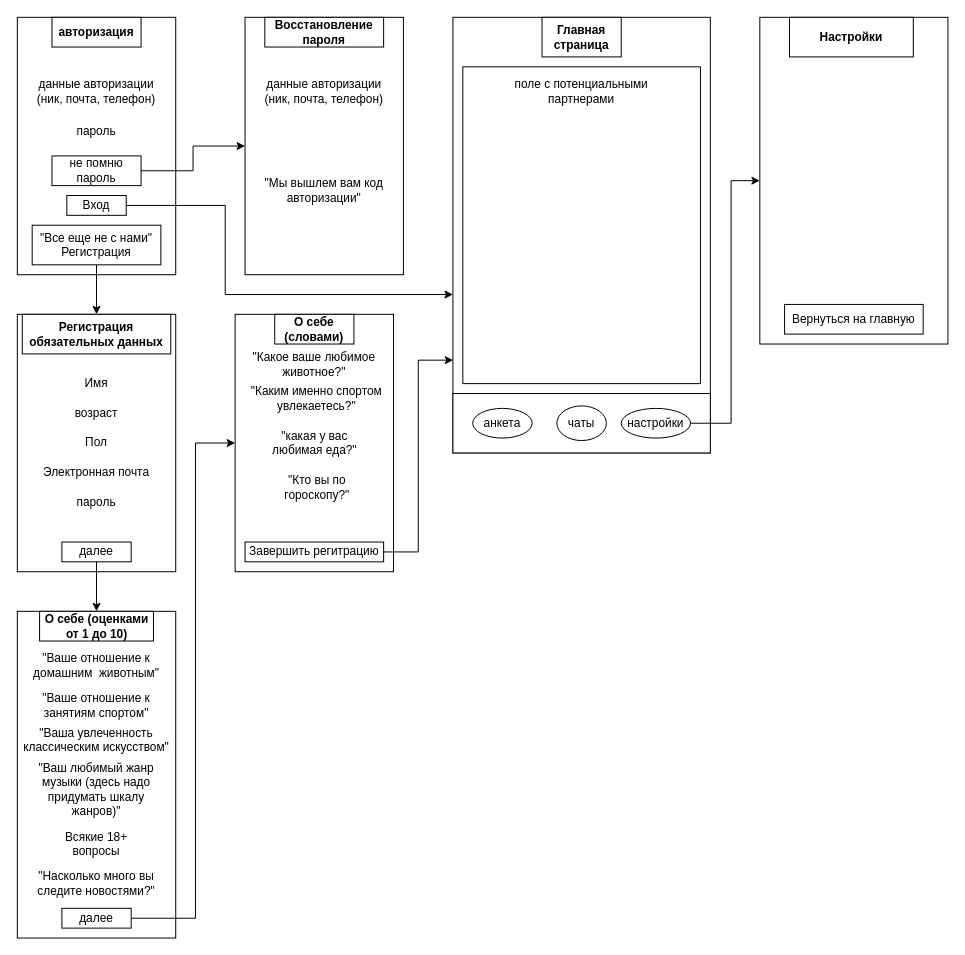
Before: Карта приложения.drawio in OskarGaliullin231-329/tinder-analog, a draw.io diagram. Source tidied: cells renumbered, new cells numbered last; positions are measured from the earlier drawing's top-left corner, leaving out a move shared by most shapes. Both pictures are drawn from the tidied source at 99%, with x=0, y=0 at pixel (17, 17).
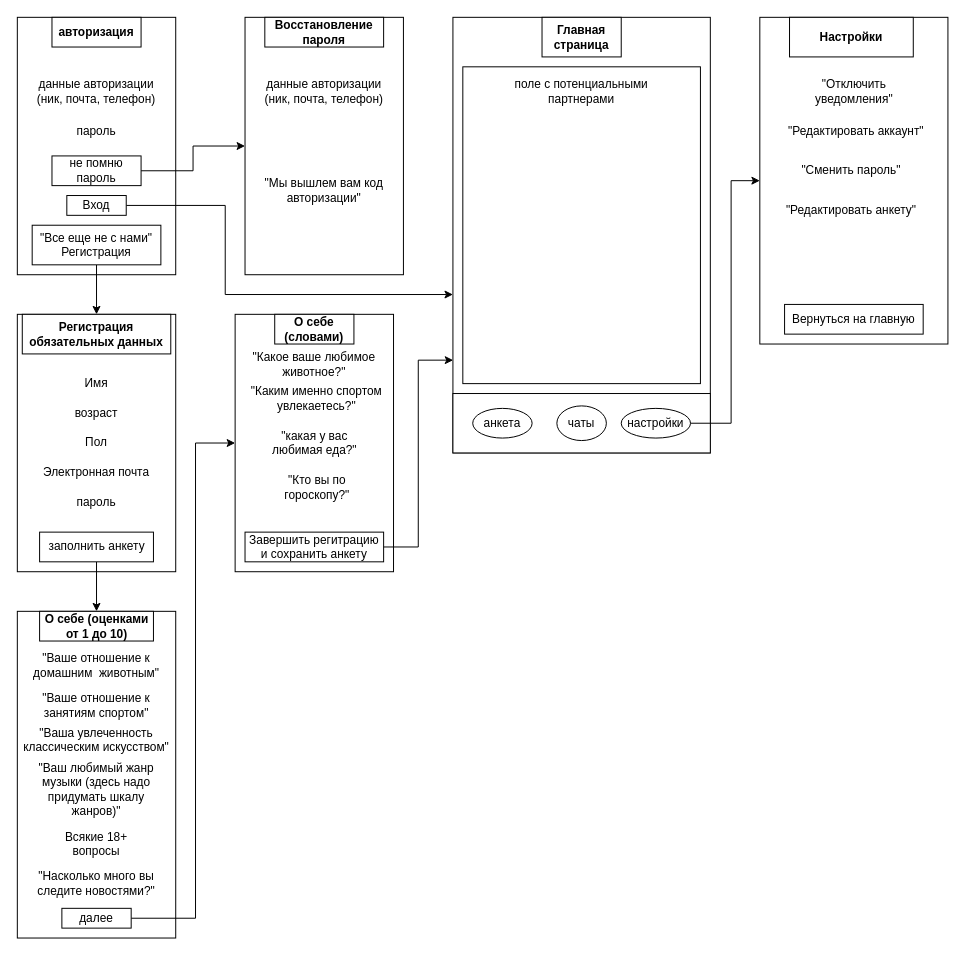
The same diagram, later.

Diff of the diagram source:
```diff
@@
-    <mxCell id="23" value="далее" style="rounded=0;whiteSpace=wrap;html=1;" parent="1" vertex="1">
-      <mxGeometry x="45" y="530" width="70" height="20" as="geometry" />
+    <mxCell id="23" value="заполнить анкету" style="rounded=0;whiteSpace=wrap;html=1;" parent="1" vertex="1">
+      <mxGeometry x="22.5" y="520" width="115" height="30" as="geometry" />
     </mxCell>
@@
-    <mxCell id="31" value="Завершить регитрацию" style="rounded=0;whiteSpace=wrap;html=1;" parent="1" vertex="1">
-      <mxGeometry x="230" y="530" width="140" height="20" as="geometry" />
+    <mxCell id="31" value="Завершить регитрацию и сохранить анкету" style="rounded=0;whiteSpace=wrap;html=1;" parent="1" vertex="1">
+      <mxGeometry x="230" y="520" width="140" height="30" as="geometry" />
     </mxCell>
@@
+    <mxCell id="55" value="&quot;Отключить уведомления&quot;" style="rounded=0;whiteSpace=wrap;html=1;strokeColor=#FFFFFF;" parent="1" vertex="1">
+      <mxGeometry x="777.5" y="60" width="135" height="30" as="geometry" />
+    </mxCell>
+    <mxCell id="56" value="&quot;Редактировать аккаунт&quot;" style="rounded=0;whiteSpace=wrap;html=1;strokeColor=#FFFFFF;" parent="1" vertex="1">
+      <mxGeometry x="775" y="100" width="145" height="30" as="geometry" />
+    </mxCell>
+    <mxCell id="57" value="&quot;Сменить пароль&quot;" style="rounded=0;whiteSpace=wrap;html=1;strokeColor=#FFFFFF;" parent="1" vertex="1">
+      <mxGeometry x="775" y="140" width="135" height="30" as="geometry" />
+    </mxCell>
+    <mxCell id="58" value="&quot;Редактировать анкету&quot;" style="rounded=0;whiteSpace=wrap;html=1;strokeColor=#FFFFFF;" parent="1" vertex="1">
+      <mxGeometry x="775" y="180" width="135" height="30" as="geometry" />
+    </mxCell>
```
